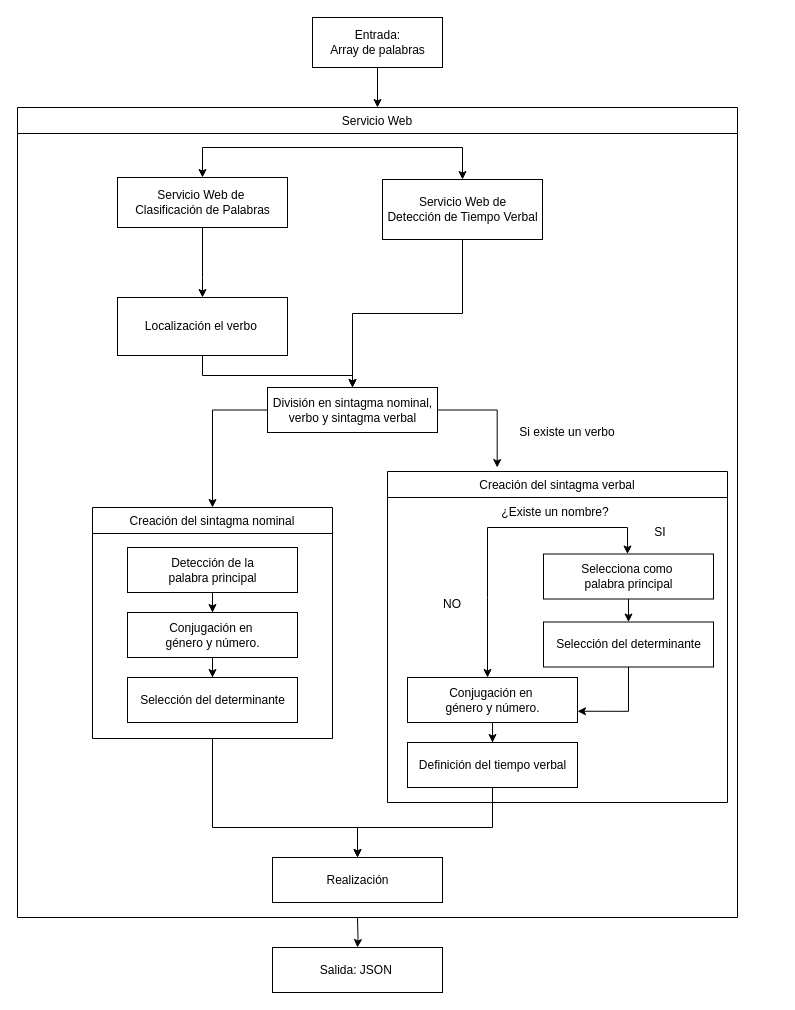
NILGroup/TFG-1819-PictoTexto keeps this draw.io diagram as Documentación/Imagenes/Bitmap/Diagramas/NLGService.drawio. Above is the earlier version. Source tidied: cells renumbered, new cells numbered last; positions are measured from the earlier drawing's top-left corner, leaving out a move shared by most shapes. Both pictures are drawn from the tidied source at 100%, with x=0, y=0 at pixel (17, 17).
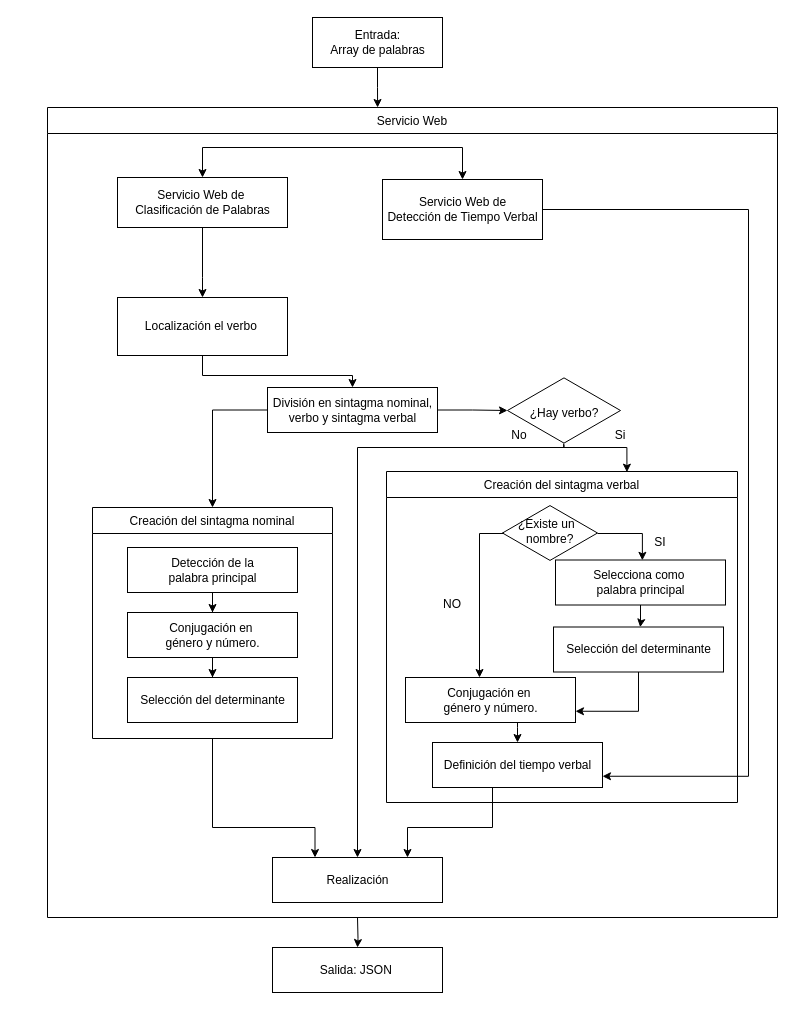
The same diagram, later.

Commit message (it also covers changes not shown here):
Corrections on arquitecture chapter and own work

The change refers to these unchanged cells:
```xml
<mxCell id="7" value="Entrada:&lt;br&gt;Array de palabras&lt;br&gt;" style="html=1;" parent="1" vertex="1">
  <mxGeometry x="295" width="130" height="50" as="geometry" />
</mxCell>
<mxCell id="9" value="Servicio Web&amp;nbsp;&lt;span&gt;de &lt;br&gt;Detección de Tiempo Verbal&lt;/span&gt;&lt;br&gt;" style="html=1;" parent="1" vertex="1">
  <mxGeometry x="365" y="162" width="160" height="60" as="geometry" />
</mxCell>
<mxCell id="13" value="División en sintagma nominal,&lt;br&gt;verbo y sintagma verbal&lt;br&gt;" style="html=1;" parent="1" vertex="1">
  <mxGeometry x="250" y="370" width="170" height="45" as="geometry" />
</mxCell>
<mxCell id="26" value="Realización&lt;br&gt;" style="html=1;" parent="1" vertex="1">
  <mxGeometry x="255" y="840" width="170" height="45" as="geometry" />
</mxCell>
<mxCell id="36" value="Creación del sintagma nominal" style="swimlane;fontStyle=0;horizontal=1;startSize=26;fillColor=none;" parent="1" vertex="1">
  <mxGeometry x="75" y="490" width="240" height="231" as="geometry" />
</mxCell>
```

The edit, as a diff of the source:
```diff
@@
+    <mxCell id="41" style="edgeStyle=orthogonalEdgeStyle;rounded=0;jettySize=auto;html=1;entryX=0.511;entryY=0.007;entryDx=0;entryDy=0;entryPerimeter=0;" parent="1" edge="1" target="24">
+      <mxGeometry relative="1" as="geometry">
+        <mxPoint x="580" y="516" as="sourcePoint" />
+        <Array as="points">
+          <mxPoint x="625" y="516" />
+        </Array>
+      </mxGeometry>
+    </mxCell>
+    <mxCell id="42" style="html=1;whiteSpace=wrap;shape=isoRectangle;" parent="1" vertex="1">
+      <mxGeometry x="485" y="487" width="95" height="57" as="geometry" />
+    </mxCell>
@@
-    <mxCell id="6" style="edgeStyle=orthogonalEdgeStyle;rounded=0;jettySize=auto;html=1;" parent="1" edge="1" source="7" target="40">
-      <mxGeometry relative="1" as="geometry" />
+    <mxCell id="6" style="edgeStyle=orthogonalEdgeStyle;rounded=0;jettySize=auto;html=1;" parent="1" edge="1" source="7">
+      <mxGeometry relative="1" as="geometry">
+        <mxPoint x="360.1" y="90" as="targetPoint" />
+      </mxGeometry>
     </mxCell>
@@
-    <mxCell id="8" style="edgeStyle=orthogonalEdgeStyle;rounded=0;jettySize=auto;html=1;exitX=0.5;exitY=1;exitDx=0;exitDy=0;entryX=0.5;entryY=0;entryDx=0;entryDy=0;" parent="1" edge="1" source="9" target="13">
-      <mxGeometry relative="1" as="geometry" />
-    </mxCell>
+    <mxCell id="43" style="edgeStyle=orthogonalEdgeStyle;rounded=0;jettySize=auto;html=1;entryX=1;entryY=0.75;entryDx=0;entryDy=0;" parent="1" edge="1" source="9" target="30">
+      <mxGeometry relative="1" as="geometry">
+        <Array as="points">
+          <mxPoint x="731" y="192" />
+          <mxPoint x="731" y="759" />
+        </Array>
+      </mxGeometry>
+    </mxCell>
@@
-    <mxCell id="14" style="edgeStyle=orthogonalEdgeStyle;rounded=0;jettySize=auto;html=1;exitX=1;exitY=0.5;exitDx=0;exitDy=0;" parent="1" edge="1" source="13">
+    <mxCell id="14" style="edgeStyle=orthogonalEdgeStyle;rounded=0;jettySize=auto;html=1;exitX=0.497;exitY=0.986;exitDx=0;exitDy=0;exitPerimeter=0;entryX=0.685;entryY=0.002;entryDx=0;entryDy=0;entryPerimeter=0;" parent="1" edge="1" source="45" target="37">
       <mxGeometry relative="1" as="geometry">
-        <mxPoint x="479.7" y="450" as="targetPoint" />
         <Array as="points">
-          <mxPoint x="480" y="393" />
+          <mxPoint x="546" y="430" />
+          <mxPoint x="609" y="430" />
         </Array>
       </mxGeometry>
     </mxCell>
@@
-    <mxCell id="19" style="edgeStyle=orthogonalEdgeStyle;rounded=0;jettySize=auto;html=1;exitX=0.5;exitY=1;exitDx=0;exitDy=0;" parent="1" edge="1" source="36">
+    <mxCell id="19" style="edgeStyle=orthogonalEdgeStyle;rounded=0;jettySize=auto;html=1;exitX=0.5;exitY=1;exitDx=0;exitDy=0;entryX=0.25;entryY=0;entryDx=0;entryDy=0;" parent="1" edge="1" source="36" target="26">
       <mxGeometry relative="1" as="geometry">
-        <mxPoint x="340" y="840" as="targetPoint" />
         <Array as="points">
           <mxPoint x="195" y="810" />
-          <mxPoint x="340" y="810" />
+          <mxPoint x="298" y="810" />
         </Array>
       </mxGeometry>
     </mxCell>
@@
-    <mxCell id="21" style="edgeStyle=orthogonalEdgeStyle;rounded=0;jettySize=auto;html=1;" parent="1" edge="1" target="24">
-      <mxGeometry relative="1" as="geometry">
-        <mxPoint x="470" y="510" as="sourcePoint" />
-        <Array as="points">
-          <mxPoint x="470" y="510" />
-          <mxPoint x="610" y="510" />
-        </Array>
-      </mxGeometry>
-    </mxCell>
-    <mxCell id="22" style="edgeStyle=orthogonalEdgeStyle;rounded=0;jettySize=auto;html=1;" parent="1" edge="1" target="35">
+    <mxCell id="22" style="edgeStyle=orthogonalEdgeStyle;rounded=0;jettySize=auto;html=1;exitX=0.008;exitY=0.485;exitDx=0;exitDy=0;exitPerimeter=0;" parent="1" edge="1" source="42">
       <mxGeometry relative="1" as="geometry">
-        <mxPoint x="470" y="510" as="sourcePoint" />
+        <mxPoint x="462" y="660" as="targetPoint" />
         <Array as="points">
-          <mxPoint x="470" y="580" />
-          <mxPoint x="470" y="580" />
+          <mxPoint x="486" y="516" />
+          <mxPoint x="462" y="516" />
         </Array>
       </mxGeometry>
     </mxCell>
-    <mxCell id="23" style="edgeStyle=orthogonalEdgeStyle;rounded=0;jettySize=auto;html=1;entryX=0.5;entryY=0;entryDx=0;entryDy=0;" parent="1" edge="1" source="24" target="33">
+    <mxCell id="23" style="edgeStyle=orthogonalEdgeStyle;rounded=0;jettySize=auto;html=1;entryX=0.51;entryY=0.004;entryDx=0;entryDy=0;entryPerimeter=0;" parent="1" edge="1" source="24" target="33">
       <mxGeometry relative="1" as="geometry" />
     </mxCell>
     <mxCell id="24" value="Selecciona como&amp;nbsp;&lt;br&gt;palabra principal&lt;br&gt;" style="html=1;" parent="1" vertex="1">
-      <mxGeometry x="526" y="536.5" width="170" height="45" as="geometry" />
+      <mxGeometry x="538" y="542.5" width="170" height="45" as="geometry" />
     </mxCell>
@@
-    <mxCell id="28" value="Si existe un verbo" style="text;html=1;strokeColor=none;fillColor=none;align=center;verticalAlign=middle;whiteSpace=wrap;rounded=0;" parent="1" vertex="1">
-      <mxGeometry x="490" y="405" width="120" height="20" as="geometry" />
-    </mxCell>
-    <mxCell id="29" style="edgeStyle=orthogonalEdgeStyle;rounded=0;jettySize=auto;html=1;entryX=0.5;entryY=0;entryDx=0;entryDy=0;" parent="1" edge="1" source="30" target="26">
+    <mxCell id="29" style="edgeStyle=orthogonalEdgeStyle;rounded=0;jettySize=auto;html=1;" parent="1" edge="1" source="30">
       <mxGeometry relative="1" as="geometry">
+        <mxPoint x="390" y="840" as="targetPoint" />
         <Array as="points">
           <mxPoint x="475" y="810" />
-          <mxPoint x="340" y="810" />
+          <mxPoint x="390" y="810" />
+          <mxPoint x="390" y="840" />
         </Array>
       </mxGeometry>
     </mxCell>
     <mxCell id="30" value="Definición del tiempo verbal" style="html=1;" parent="1" vertex="1">
-      <mxGeometry x="390" y="725" width="170" height="45" as="geometry" />
+      <mxGeometry x="415" y="725" width="170" height="45" as="geometry" />
     </mxCell>
-    <mxCell id="31" value="¿Existe un nombre?" style="text;html=1;strokeColor=none;fillColor=none;align=center;verticalAlign=middle;whiteSpace=wrap;rounded=0;" parent="1" vertex="1">
-      <mxGeometry x="478" y="485" width="120" height="20" as="geometry" />
-    </mxCell>
@@
     <mxCell id="33" value="Selección del determinante" style="html=1;" parent="1" vertex="1">
-      <mxGeometry x="526" y="604.5" width="170" height="45" as="geometry" />
+      <mxGeometry x="536" y="609.5" width="170" height="45" as="geometry" />
     </mxCell>
     <mxCell id="34" style="edgeStyle=orthogonalEdgeStyle;rounded=0;jettySize=auto;html=1;" parent="1" edge="1" source="35" target="30">
-      <mxGeometry relative="1" as="geometry" />
+      <mxGeometry relative="1" as="geometry">
+        <Array as="points">
+          <mxPoint x="500" y="710" />
+          <mxPoint x="500" y="710" />
+        </Array>
+      </mxGeometry>
     </mxCell>
     <mxCell id="35" value="Conjugación en&amp;nbsp;&lt;br&gt;género y número.&lt;br&gt;" style="html=1;" parent="1" vertex="1">
-      <mxGeometry x="390" y="660" width="170" height="45" as="geometry" />
+      <mxGeometry x="388" y="660" width="170" height="45" as="geometry" />
     </mxCell>
@@
     <mxCell id="37" value="Creación del sintagma verbal" style="swimlane;fontStyle=0;horizontal=1;startSize=26;fillColor=none;" parent="1" vertex="1">
-      <mxGeometry x="370" y="454" width="340" height="331" as="geometry" />
+      <mxGeometry x="369" y="454" width="351" height="331" as="geometry" />
     </mxCell>
     <mxCell id="38" value="SI" style="text;html=1;strokeColor=none;fillColor=none;align=center;verticalAlign=middle;whiteSpace=wrap;rounded=0;" parent="1" vertex="1">
-      <mxGeometry x="625" y="505" width="36" height="20" as="geometry" />
+      <mxGeometry x="625" y="515" width="36" height="20" as="geometry" />
     </mxCell>
@@
     <mxCell id="40" value="Servicio Web" style="swimlane;fontStyle=0;horizontal=1;startSize=26;fillColor=none;" parent="1" vertex="1">
-      <mxGeometry y="90" width="720" height="810" as="geometry" />
+      <mxGeometry x="30" y="90" width="730" height="810" as="geometry" />
     </mxCell>
+    <mxCell id="44" style="edgeStyle=orthogonalEdgeStyle;rounded=0;jettySize=auto;html=1;" parent="1" edge="1" source="45" target="26">
+      <mxGeometry relative="1" as="geometry">
+        <Array as="points">
+          <mxPoint x="546" y="430" />
+          <mxPoint x="340" y="430" />
+        </Array>
+      </mxGeometry>
+    </mxCell>
+    <mxCell id="45" style="html=1;whiteSpace=wrap;shape=isoRectangle;" parent="1" vertex="1">
+      <mxGeometry x="490" y="359" width="113" height="68" as="geometry" />
+    </mxCell>
+    <mxCell id="46" style="edgeStyle=orthogonalEdgeStyle;rounded=0;jettySize=auto;html=1;exitX=1;exitY=0.5;exitDx=0;exitDy=0;" parent="1" edge="1" source="13" target="45">
+      <mxGeometry relative="1" as="geometry" />
+    </mxCell>
+    <mxCell id="28" value="¿Hay verbo?" style="text;html=1;strokeColor=none;fillColor=none;align=center;verticalAlign=middle;whiteSpace=wrap;rounded=0;" parent="1" vertex="1">
+      <mxGeometry x="500" y="386" width="94" height="20" as="geometry" />
+    </mxCell>
+    <mxCell id="47" value="Si" style="text;html=1;strokeColor=none;fillColor=none;align=center;verticalAlign=middle;whiteSpace=wrap;rounded=0;" parent="1" vertex="1">
+      <mxGeometry x="556" y="408" width="94" height="20" as="geometry" />
+    </mxCell>
+    <mxCell id="48" value="No" style="text;html=1;strokeColor=none;fillColor=none;align=center;verticalAlign=middle;whiteSpace=wrap;rounded=0;" parent="1" vertex="1">
+      <mxGeometry x="455" y="408" width="94" height="20" as="geometry" />
+    </mxCell>
+    <mxCell id="31" value="¿Existe un&amp;nbsp;&lt;br&gt;&amp;nbsp;nombre?" style="text;html=1;strokeColor=none;fillColor=none;align=center;verticalAlign=middle;whiteSpace=wrap;rounded=0;" parent="1" vertex="1">
+      <mxGeometry x="492" y="504" width="78" height="20" as="geometry" />
+    </mxCell>
```
